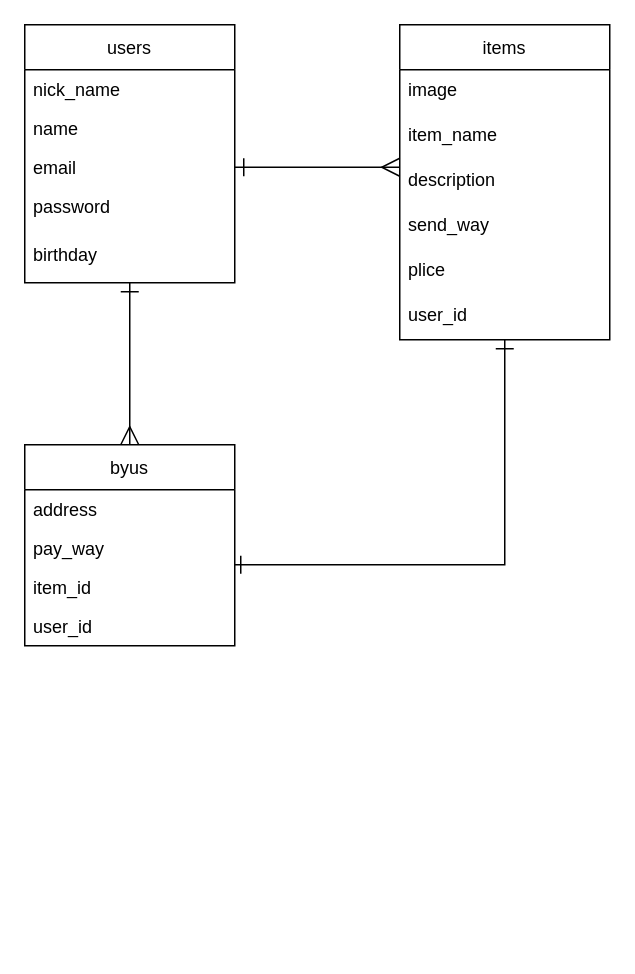
This is furima.dio from TaijiHiraoka/furima-28641, a draw.io file, before an edit. Source tidied: cells renumbered, new cells numbered last; positions are measured from the earlier drawing's top-left corner, leaving out a move shared by most shapes. Both pictures are drawn from the tidied source at 150%, with x=0, y=0 at pixel (24, 24).
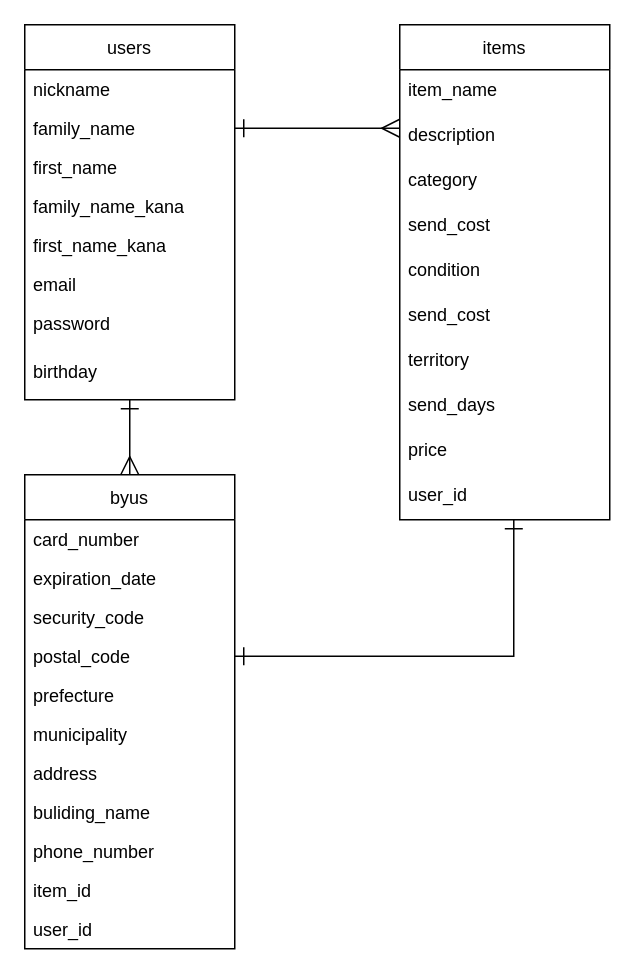
The same page after the edit.

Commit message (it also covers changes not shown here):
データベース設計の修正

Diff of the diagram source:
```diff
@@
     <mxCell id="2" value="users" style="swimlane;fontStyle=0;horizontal=1;startSize=30;fillColor=none;" parent="1" vertex="1">
-      <mxGeometry width="140" height="172" as="geometry" />
+      <mxGeometry width="140" height="250" as="geometry" />
     </mxCell>
-    <mxCell id="3" value="nick_name" style="text;strokeColor=none;fillColor=none;align=left;verticalAlign=top;spacingLeft=4;spacingRight=4;overflow=hidden;" parent="2" vertex="1">
+    <mxCell id="3" value="nickname" style="text;strokeColor=none;fillColor=none;align=left;verticalAlign=top;spacingLeft=4;spacingRight=4;overflow=hidden;" parent="2" vertex="1">
       <mxGeometry y="30" width="140" height="26" as="geometry" />
     </mxCell>
+    <mxCell id="23" value="family_name" style="text;strokeColor=none;fillColor=none;align=left;verticalAlign=top;spacingLeft=4;spacingRight=4;overflow=hidden;points=[[0,0.5],[1,0.5]];portConstraint=eastwest;" parent="2" vertex="1">
+      <mxGeometry y="56" width="140" height="26" as="geometry" />
+    </mxCell>
+    <mxCell id="24" value="first_name" style="text;strokeColor=none;fillColor=none;align=left;verticalAlign=top;spacingLeft=4;spacingRight=4;overflow=hidden;" parent="2" vertex="1">
+      <mxGeometry y="82" width="140" height="26" as="geometry" />
+    </mxCell>
-    <mxCell id="4" value="name" style="text;strokeColor=none;fillColor=none;align=left;verticalAlign=top;spacingLeft=4;spacingRight=4;overflow=hidden;" parent="2" vertex="1">
-      <mxGeometry y="56" width="140" height="26" as="geometry" />
+    <mxCell id="4" value="family_name_kana" style="text;strokeColor=none;fillColor=none;align=left;verticalAlign=top;spacingLeft=4;spacingRight=4;overflow=hidden;" parent="2" vertex="1">
+      <mxGeometry y="108" width="140" height="26" as="geometry" />
     </mxCell>
+    <mxCell id="25" value="first_name_kana" style="text;strokeColor=none;fillColor=none;align=left;verticalAlign=top;spacingLeft=4;spacingRight=4;overflow=hidden;" parent="2" vertex="1">
+      <mxGeometry y="134" width="140" height="26" as="geometry" />
+    </mxCell>
     <mxCell id="5" value="email" style="text;strokeColor=none;fillColor=none;align=left;verticalAlign=top;spacingLeft=4;spacingRight=4;overflow=hidden;points=[[0,0.5],[1,0.5]];portConstraint=eastwest;" parent="2" vertex="1">
-      <mxGeometry y="82" width="140" height="26" as="geometry" />
+      <mxGeometry y="160" width="140" height="26" as="geometry" />
     </mxCell>
     <mxCell id="6" value="password" style="text;align=left;verticalAlign=top;spacingLeft=4;spacingRight=4;overflow=hidden;direction=north;" parent="2" vertex="1">
-      <mxGeometry y="108" width="140" height="32" as="geometry" />
+      <mxGeometry y="186" width="140" height="32" as="geometry" />
     </mxCell>
     <mxCell id="7" value="birthday" style="text;align=left;verticalAlign=top;spacingLeft=4;spacingRight=4;overflow=hidden;points=[[0,0.5],[1,0.5]];portConstraint=eastwest;direction=north;" parent="2" vertex="1">
-      <mxGeometry y="140" width="140" height="32" as="geometry" />
+      <mxGeometry y="218" width="140" height="32" as="geometry" />
     </mxCell>
     <mxCell id="8" value="items" style="swimlane;fontStyle=0;horizontal=1;startSize=30;fillColor=none;" parent="1" vertex="1">
-      <mxGeometry x="250" width="140" height="210" as="geometry" />
+      <mxGeometry x="250" width="140" height="330" as="geometry" />
     </mxCell>
-    <mxCell id="9" value="image" style="text;strokeColor=none;fillColor=none;align=left;verticalAlign=top;spacingLeft=4;spacingRight=4;overflow=hidden;" parent="8" vertex="1">
-      <mxGeometry y="30" width="140" height="30" as="geometry" />
-    </mxCell>
     <mxCell id="10" value="item_name" style="text;align=left;verticalAlign=top;spacingLeft=4;spacingRight=4;overflow=hidden;direction=north;" parent="8" vertex="1">
-      <mxGeometry y="60" width="140" height="30" as="geometry" />
+      <mxGeometry y="30" width="140" height="30" as="geometry" />
     </mxCell>
     <mxCell id="11" value="description" style="text;strokeColor=none;fillColor=none;align=left;verticalAlign=top;spacingLeft=4;spacingRight=4;overflow=hidden;points=[[0,0.5],[1,0.5]];portConstraint=eastwest;" parent="8" vertex="1">
-      <mxGeometry y="90" width="140" height="30" as="geometry" />
+      <mxGeometry y="60" width="140" height="30" as="geometry" />
     </mxCell>
-    <mxCell id="12" value="send_way" style="text;strokeColor=none;fillColor=none;align=left;verticalAlign=top;spacingLeft=4;spacingRight=4;overflow=hidden;" parent="8" vertex="1">
-      <mxGeometry y="120" width="140" height="30" as="geometry" />
+    <mxCell id="12" value="category" style="text;strokeColor=none;fillColor=none;align=left;verticalAlign=top;spacingLeft=4;spacingRight=4;overflow=hidden;" parent="8" vertex="1">
+      <mxGeometry y="90" width="140" height="30" as="geometry" />
     </mxCell>
+    <mxCell id="26" value="send_cost" style="text;strokeColor=none;fillColor=none;align=left;verticalAlign=top;spacingLeft=4;spacingRight=4;overflow=hidden;" parent="8" vertex="1">
+      <mxGeometry y="120" width="140" height="30" as="geometry" />
+    </mxCell>
-    <mxCell id="13" value="plice" style="text;strokeColor=none;fillColor=none;align=left;verticalAlign=top;spacingLeft=4;spacingRight=4;overflow=hidden;" parent="8" vertex="1">
+    <mxCell id="13" value="condition" style="text;strokeColor=none;fillColor=none;align=left;verticalAlign=top;spacingLeft=4;spacingRight=4;overflow=hidden;" parent="8" vertex="1">
       <mxGeometry y="150" width="140" height="30" as="geometry" />
     </mxCell>
+    <mxCell id="27" value="send_cost" style="text;strokeColor=none;fillColor=none;align=left;verticalAlign=top;spacingLeft=4;spacingRight=4;overflow=hidden;" parent="8" vertex="1">
+      <mxGeometry y="180" width="140" height="30" as="geometry" />
+    </mxCell>
+    <mxCell id="28" value="territory" style="text;strokeColor=none;fillColor=none;align=left;verticalAlign=top;spacingLeft=4;spacingRight=4;overflow=hidden;" parent="8" vertex="1">
+      <mxGeometry y="210" width="140" height="30" as="geometry" />
+    </mxCell>
+    <mxCell id="29" value="send_days" style="text;strokeColor=none;fillColor=none;align=left;verticalAlign=top;spacingLeft=4;spacingRight=4;overflow=hidden;" parent="8" vertex="1">
+      <mxGeometry y="240" width="140" height="30" as="geometry" />
+    </mxCell>
+    <mxCell id="30" value="price" style="text;strokeColor=none;fillColor=none;align=left;verticalAlign=top;spacingLeft=4;spacingRight=4;overflow=hidden;" parent="8" vertex="1">
+      <mxGeometry y="270" width="140" height="30" as="geometry" />
+    </mxCell>
     <mxCell id="14" value="user_id" style="text;strokeColor=none;fillColor=none;align=left;verticalAlign=top;spacingLeft=4;spacingRight=4;overflow=hidden;points=[[0,0.5],[1,0.5]];portConstraint=eastwest;" parent="8" vertex="1">
-      <mxGeometry y="180" width="140" height="30" as="geometry" />
+      <mxGeometry y="300" width="140" height="30" as="geometry" />
     </mxCell>
-    <mxCell id="15" style="edgeStyle=orthogonalEdgeStyle;rounded=0;jettySize=auto;html=1;exitX=1;exitY=0.5;exitDx=0;exitDy=0;startArrow=ERone;startFill=0;startSize=10;endArrow=ERmany;endFill=0;endSize=10;entryX=0;entryY=0.167;entryDx=0;entryDy=0;entryPerimeter=0;" parent="1" edge="1" source="5" target="11">
-      <mxGeometry relative="1" as="geometry" />
-    </mxCell>
+    <mxCell id="21" style="edgeStyle=orthogonalEdgeStyle;rounded=0;jettySize=auto;html=1;exitX=0;exitY=0.5;exitDx=0;exitDy=0;entryX=0.5;entryY=0;entryDx=0;entryDy=0;endArrow=ERmany;endFill=0;startSize=10;endSize=10;startArrow=ERone;startFill=0;" parent="1" edge="1" source="7" target="16">
+      <mxGeometry relative="1" as="geometry" />
+    </mxCell>
+    <mxCell id="31" style="edgeStyle=orthogonalEdgeStyle;rounded=0;jettySize=auto;html=1;exitX=1;exitY=0.5;exitDx=0;exitDy=0;entryX=0.543;entryY=1;entryDx=0;entryDy=0;entryPerimeter=0;endArrow=ERone;endFill=0;startArrow=ERone;startFill=0;endSize=10;startSize=10;" parent="1" edge="1" source="34" target="14">
+      <mxGeometry relative="1" as="geometry" />
+    </mxCell>
+    <mxCell id="32" style="edgeStyle=orthogonalEdgeStyle;rounded=0;jettySize=auto;html=1;exitX=1;exitY=0.5;exitDx=0;exitDy=0;entryX=0;entryY=0.3;entryDx=0;entryDy=0;entryPerimeter=0;startArrow=ERone;startFill=0;startSize=10;endArrow=ERmany;endFill=0;endSize=10;" parent="1" edge="1" source="23" target="11">
+      <mxGeometry relative="1" as="geometry" />
+    </mxCell>
     <mxCell id="16" value="byus" style="swimlane;fontStyle=0;horizontal=1;startSize=30;fillColor=none;" parent="1" vertex="1">
-      <mxGeometry y="280" width="140" height="134" as="geometry" />
+      <mxGeometry y="300" width="140" height="316" as="geometry" />
     </mxCell>
-    <mxCell id="17" value="address" style="text;strokeColor=none;fillColor=none;align=left;verticalAlign=top;spacingLeft=4;spacingRight=4;overflow=hidden;" parent="16" vertex="1">
+    <mxCell id="17" value="card_number" style="text;strokeColor=none;fillColor=none;align=left;verticalAlign=top;spacingLeft=4;spacingRight=4;overflow=hidden;" parent="16" vertex="1">
       <mxGeometry y="30" width="140" height="26" as="geometry" />
     </mxCell>
-    <mxCell id="18" value="pay_way" style="text;strokeColor=none;fillColor=none;align=left;verticalAlign=top;spacingLeft=4;spacingRight=4;overflow=hidden;" parent="16" vertex="1">
+    <mxCell id="18" value="expiration_date" style="text;strokeColor=none;fillColor=none;align=left;verticalAlign=top;spacingLeft=4;spacingRight=4;overflow=hidden;" parent="16" vertex="1">
       <mxGeometry y="56" width="140" height="26" as="geometry" />
     </mxCell>
+    <mxCell id="33" value="security_code" style="text;strokeColor=none;fillColor=none;align=left;verticalAlign=top;spacingLeft=4;spacingRight=4;overflow=hidden;" parent="16" vertex="1">
+      <mxGeometry y="82" width="140" height="26" as="geometry" />
+    </mxCell>
+    <mxCell id="34" value="postal_code" style="text;strokeColor=none;fillColor=none;align=left;verticalAlign=top;spacingLeft=4;spacingRight=4;overflow=hidden;points=[[0,0.5],[1,0.5]];portConstraint=eastwest;" parent="16" vertex="1">
+      <mxGeometry y="108" width="140" height="26" as="geometry" />
+    </mxCell>
+    <mxCell id="35" value="prefecture" style="text;strokeColor=none;fillColor=none;align=left;verticalAlign=top;spacingLeft=4;spacingRight=4;overflow=hidden;" parent="16" vertex="1">
+      <mxGeometry y="134" width="140" height="26" as="geometry" />
+    </mxCell>
+    <mxCell id="36" value="municipality" style="text;strokeColor=none;fillColor=none;align=left;verticalAlign=top;spacingLeft=4;spacingRight=4;overflow=hidden;" parent="16" vertex="1">
+      <mxGeometry y="160" width="140" height="26" as="geometry" />
+    </mxCell>
+    <mxCell id="37" value="address" style="text;strokeColor=none;fillColor=none;align=left;verticalAlign=top;spacingLeft=4;spacingRight=4;overflow=hidden;" parent="16" vertex="1">
+      <mxGeometry y="186" width="140" height="26" as="geometry" />
+    </mxCell>
+    <mxCell id="38" value="buliding_name" style="text;strokeColor=none;fillColor=none;align=left;verticalAlign=top;spacingLeft=4;spacingRight=4;overflow=hidden;" parent="16" vertex="1">
+      <mxGeometry y="212" width="140" height="26" as="geometry" />
+    </mxCell>
+    <mxCell id="39" value="phone_number" style="text;strokeColor=none;fillColor=none;align=left;verticalAlign=top;spacingLeft=4;spacingRight=4;overflow=hidden;" parent="16" vertex="1">
+      <mxGeometry y="238" width="140" height="26" as="geometry" />
+    </mxCell>
     <mxCell id="19" value="item_id" style="text;strokeColor=none;fillColor=none;align=left;verticalAlign=top;spacingLeft=4;spacingRight=4;overflow=hidden;" parent="16" vertex="1">
-      <mxGeometry y="82" width="140" height="26" as="geometry" />
+      <mxGeometry y="264" width="140" height="26" as="geometry" />
     </mxCell>
     <mxCell id="20" value="user_id" style="text;strokeColor=none;fillColor=none;align=left;verticalAlign=top;spacingLeft=4;spacingRight=4;overflow=hidden;" parent="16" vertex="1">
-      <mxGeometry y="108" width="140" height="26" as="geometry" />
+      <mxGeometry y="290" width="140" height="26" as="geometry" />
     </mxCell>
-    <mxCell id="21" style="edgeStyle=orthogonalEdgeStyle;rounded=0;jettySize=auto;html=1;exitX=0;exitY=0.5;exitDx=0;exitDy=0;entryX=0.5;entryY=0;entryDx=0;entryDy=0;endArrow=ERmany;endFill=0;startSize=10;endSize=10;startArrow=ERone;startFill=0;" parent="1" edge="1" source="7" target="16">
-      <mxGeometry relative="1" as="geometry" />
-    </mxCell>
-    <mxCell id="22" style="edgeStyle=orthogonalEdgeStyle;rounded=0;orthogonalLoop=1;jettySize=auto;html=1;startArrow=ERone;startFill=0;startSize=10;endArrow=ERone;endFill=0;endSize=10;" parent="1" edge="1">
-      <mxGeometry relative="1" as="geometry">
-        <mxPoint x="150" y="360" as="sourcePoint" />
-        <mxPoint x="320" y="210" as="targetPoint" />
-        <Array as="points">
-          <mxPoint x="140" y="360" />
-          <mxPoint x="320" y="360" />
-        </Array>
-      </mxGeometry>
-    </mxCell>
```
